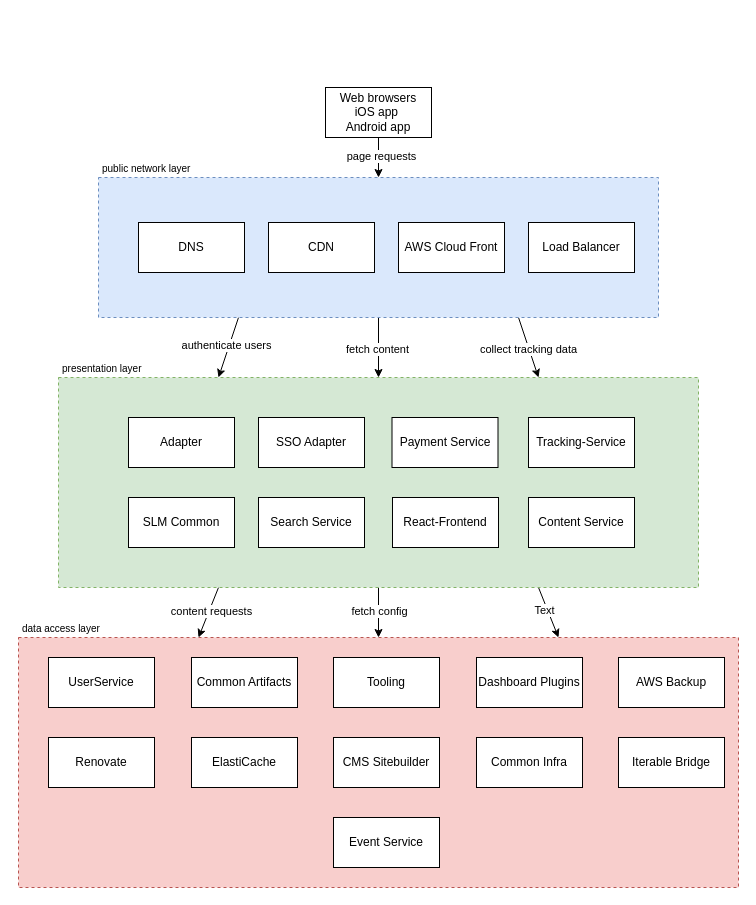
Above: Stampen CMS platform.drawio in SLM-Development/diagrams (draw.io), before the change. Source tidied: cells renumbered, new cells numbered last; positions are measured from the earlier drawing's top-left corner, leaving out a move shared by most shapes. Both pictures are drawn from the tidied source at 100%, with x=0, y=0 at pixel (18, 87).
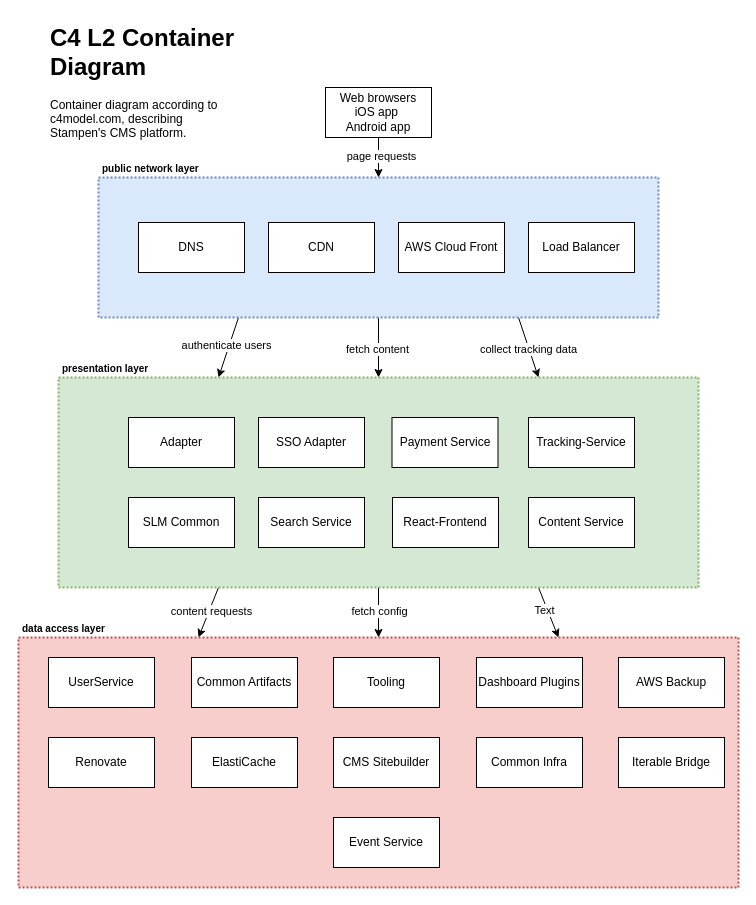
The same page after the edit.

Change to the diagram source:
```diff
@@
-    <mxCell id="8" value="public network layer" style="rounded=0;whiteSpace=wrap;html=1;labelPosition=center;verticalLabelPosition=top;align=left;verticalAlign=bottom;spacingLeft=2;spacingTop=-2;fillColor=#dae8fc;fillStyle=solid;dashed=1;fontSize=10;strokeColor=#6c8ebf;gradientColor=none;" parent="1" vertex="1">
+    <mxCell id="8" value="public network layer" style="rounded=0;whiteSpace=wrap;html=1;labelPosition=center;verticalLabelPosition=top;align=left;verticalAlign=bottom;spacingLeft=2;spacingTop=-2;fillColor=#dae8fc;fillStyle=solid;dashed=1;fontSize=10;strokeColor=#6c8ebf;gradientColor=none;fontStyle=1;strokeWidth=2;dashPattern=1 1;" parent="1" vertex="1">
       <mxGeometry x="80" y="90" width="560" height="140" as="geometry" />
     </mxCell>
@@
-    <mxCell id="15" value="presentation layer" style="rounded=0;whiteSpace=wrap;html=1;labelPosition=center;verticalLabelPosition=top;align=left;verticalAlign=bottom;spacingLeft=2;spacingTop=-2;fillColor=#d5e8d4;fillStyle=auto;dashed=1;fontSize=10;strokeColor=#82b366;" parent="1" vertex="1">
+    <mxCell id="15" value="presentation layer" style="rounded=0;whiteSpace=wrap;html=1;labelPosition=center;verticalLabelPosition=top;align=left;verticalAlign=bottom;spacingLeft=2;spacingTop=-2;fillColor=#d5e8d4;fillStyle=auto;dashed=1;fontSize=10;strokeColor=#82b366;fontStyle=1;strokeWidth=2;dashPattern=1 1;" parent="1" vertex="1">
       <mxGeometry x="40" y="290" width="640" height="210" as="geometry" />
     </mxCell>
-    <mxCell id="16" value="data access layer" style="rounded=0;whiteSpace=wrap;html=1;labelPosition=center;verticalLabelPosition=top;align=left;verticalAlign=bottom;spacingLeft=2;spacingTop=-2;fillColor=#f8cecc;fillStyle=auto;dashed=1;fontSize=10;strokeColor=#b85450;" parent="1" vertex="1">
+    <mxCell id="16" value="data access layer" style="rounded=0;whiteSpace=wrap;html=1;labelPosition=center;verticalLabelPosition=top;align=left;verticalAlign=bottom;spacingLeft=2;spacingTop=-2;fillColor=#f8cecc;fillStyle=auto;dashed=1;fontSize=10;strokeColor=#b85450;fontStyle=1;strokeWidth=2;dashPattern=1 1;" parent="1" vertex="1">
       <mxGeometry y="550" width="720" height="250" as="geometry" />
     </mxCell>
@@
+    <mxCell id="43" value="&lt;h1 style=&quot;margin-top: 0px;&quot;&gt;C4 L2 Container Diagram&lt;/h1&gt;&lt;p&gt;Container diagram according to c4model.com, describing Stampen's CMS platform.&lt;/p&gt;" style="text;html=1;whiteSpace=wrap;overflow=hidden;rounded=0;" parent="1" vertex="1">
+      <mxGeometry x="30" y="-70" width="190" height="120" as="geometry" />
+    </mxCell>
```
